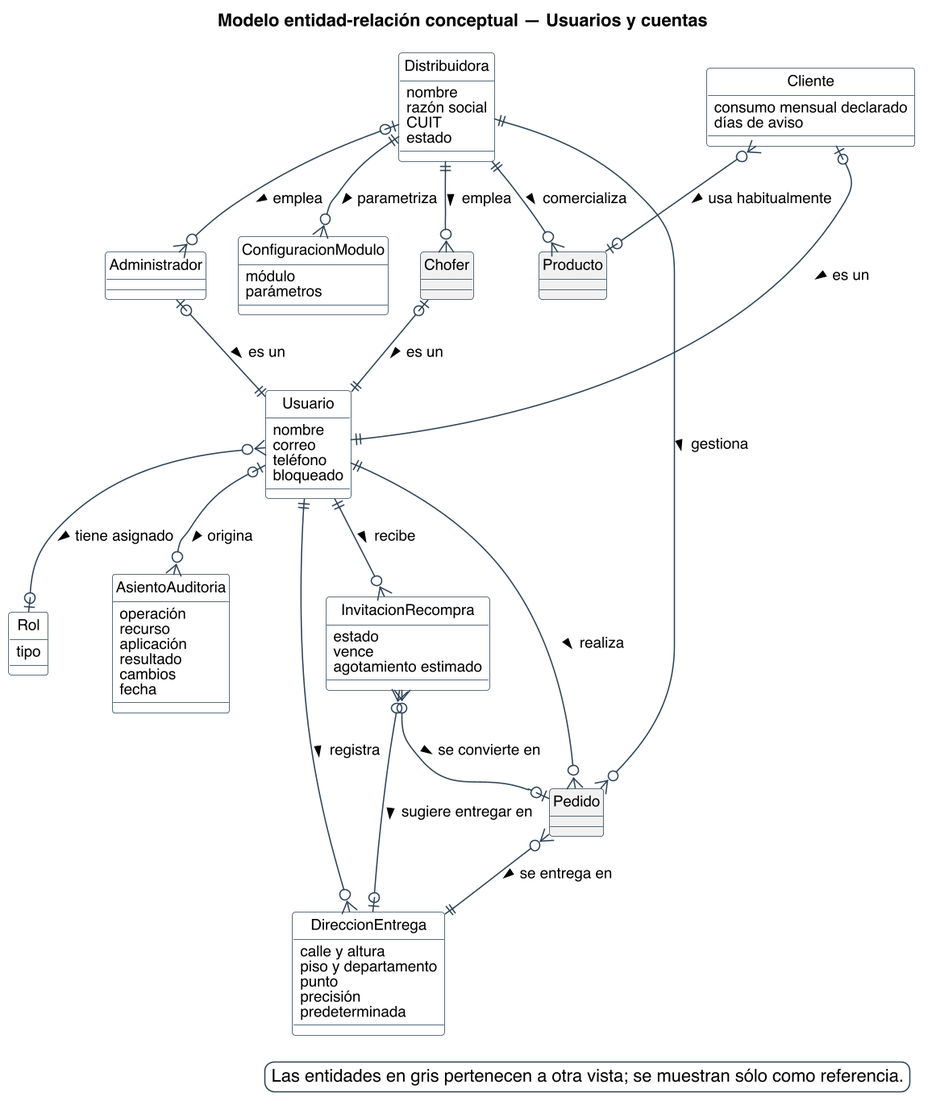
The PlantUML diagram diagramas/base-de-datos/conceptual/SPLG-der-01-usuarios-y-cuentas.png in Nahuelito-Dev/splg-docs, before a commit. The source it was exported from:
```plantuml
@startuml
title Modelo entidad-relación conceptual — Usuarios y cuentas
skinparam backgroundColor #FFFFFF
skinparam shadowing false
skinparam defaultFontName Helvetica
skinparam defaultFontSize 12
skinparam dpi 150
skinparam class {
  BorderColor #2C4257
  BackgroundColor #FFFFFF
  ArrowColor #2C4257
  FontSize 12
}
skinparam entity<<ajena>> {
  BackgroundColor #F1F1F1
  BorderColor #8A97A3
  FontColor #55616C
}
skinparam class<<propuesto>> {
  BorderColor #1F5E8C
  BackgroundColor #E4EDF4
}
skinparam legendBackgroundColor #FFFFFF
skinparam legendBorderColor #2C4257

hide circle

skinparam nodesep 25
skinparam ranksep 45

entity Distribuidora {
  {field} nombre
  {field} razón social
  {field} CUIT
  {field} estado
}
entity Usuario {
  {field} nombre
  {field} correo
  {field} teléfono
  {field} bloqueado
}
entity Rol {
  {field} tipo
}
entity Administrador {
}
entity ConfiguracionModulo {
  {field} módulo
  {field} parámetros
}
entity AsientoAuditoria {
  {field} operación
  {field} recurso
  {field} aplicación
  {field} resultado
  {field} cambios
  {field} fecha
}
entity Cliente {
  {field} consumo mensual declarado
  {field} días de aviso
}
entity DireccionEntrega {
  {field} calle y altura
  {field} piso y departamento
  {field} punto
  {field} precisión
  {field} predeterminada
}
entity InvitacionRecompra {
  {field} estado
  {field} vence
  {field} agotamiento estimado
}
entity Chofer #F1F1F1 {
}
entity Producto #F1F1F1 {
}
entity Pedido #F1F1F1 {
}

Distribuidora ||--o{ Producto : comercializa >
Usuario }o--o| Rol : tiene asignado >
Distribuidora |o--o{ Administrador : emplea >
Administrador |o--|| Usuario : es un >
Usuario |o--o{ AsientoAuditoria : origina >
Cliente }o--o| Producto : usa habitualmente >
Cliente |o--|| Usuario : es un >
Distribuidora ||--o{ Chofer : emplea >
Chofer |o--|| Usuario : es un >
Distribuidora ||--o{ ConfiguracionModulo : parametriza >
Usuario ||--o{ DireccionEntrega : registra >
Pedido }o--|| DireccionEntrega : se entrega en >
Usuario ||--o{ Pedido : realiza >
Distribuidora ||--o{ Pedido : gestiona >
InvitacionRecompra }o--o| DireccionEntrega : sugiere entregar en >
InvitacionRecompra }o--o| Pedido : se convierte en >
Usuario ||--o{ InvitacionRecompra : recibe >

legend bottom right
  Las entidades en gris pertenecen a otra vista; se muestran sólo como referencia.
endlegend
@enduml
```
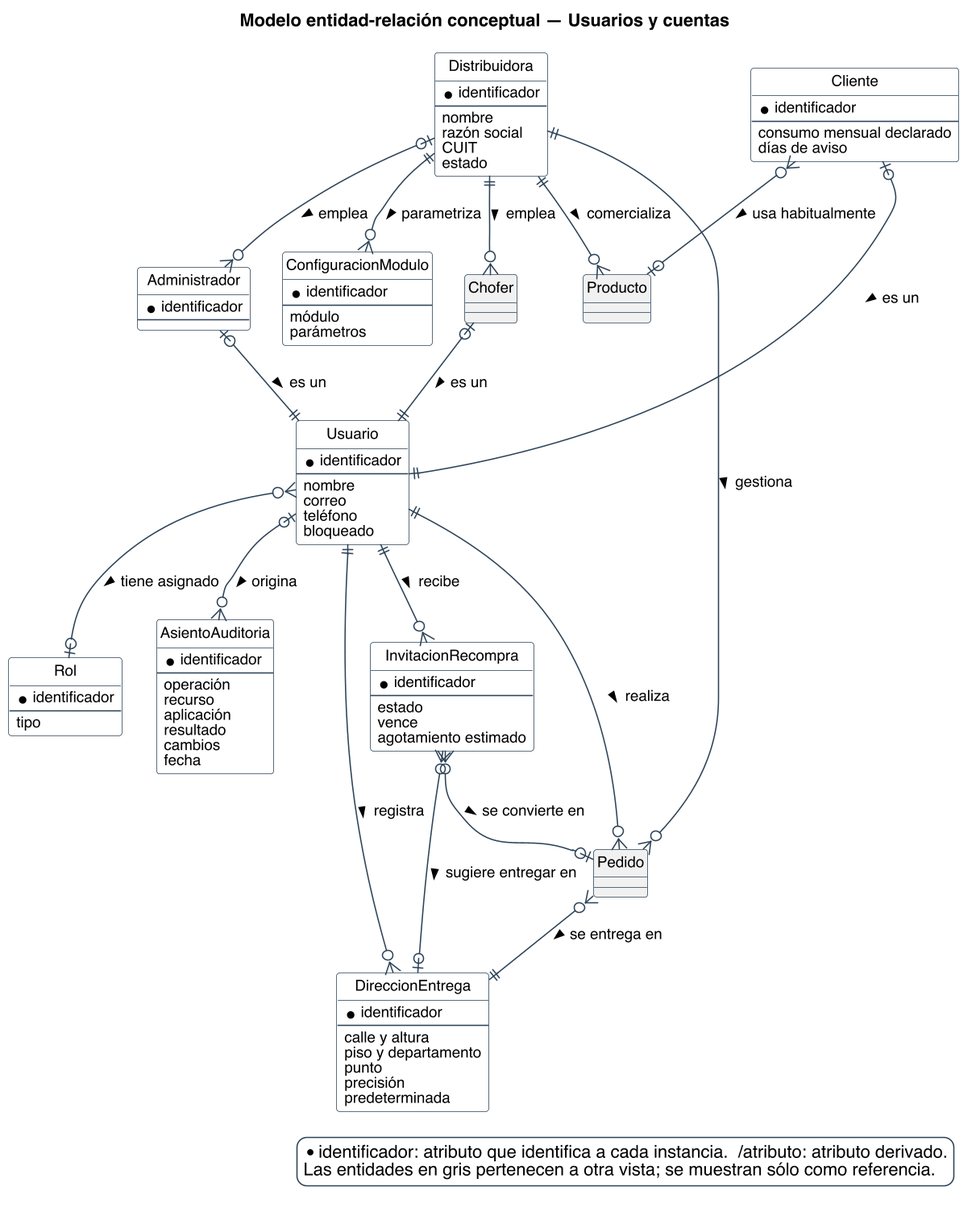
Above is the later version.

The edit, as a diff of the source:
```diff
@@ -29,27 +29,39 @@
 skinparam ranksep 45
 
 entity Distribuidora {
+  * identificador
+  --
   {field} nombre
   {field} razón social
   {field} CUIT
   {field} estado
 }
 entity Usuario {
+  * identificador
+  --
   {field} nombre
   {field} correo
   {field} teléfono
   {field} bloqueado
 }
 entity Rol {
+  * identificador
+  --
   {field} tipo
 }
 entity Administrador {
+  * identificador
+  --
 }
 entity ConfiguracionModulo {
+  * identificador
+  --
   {field} módulo
   {field} parámetros
 }
 entity AsientoAuditoria {
+  * identificador
+  --
   {field} operación
   {field} recurso
   {field} aplicación
@@ -58,10 +70,14 @@
   {field} fecha
 }
 entity Cliente {
+  * identificador
+  --
   {field} consumo mensual declarado
   {field} días de aviso
 }
 entity DireccionEntrega {
+  * identificador
+  --
   {field} calle y altura
   {field} piso y departamento
   {field} punto
@@ -69,6 +85,8 @@
   {field} predeterminada
 }
 entity InvitacionRecompra {
+  * identificador
+  --
   {field} estado
   {field} vence
   {field} agotamiento estimado
@@ -99,6 +117,7 @@
 Usuario ||--o{ InvitacionRecompra : recibe >
 
 legend bottom right
+  * identificador: atributo que identifica a cada instancia.  /atributo: atributo derivado.
   Las entidades en gris pertenecen a otra vista; se muestran sólo como referencia.
 endlegend
 @enduml
```
